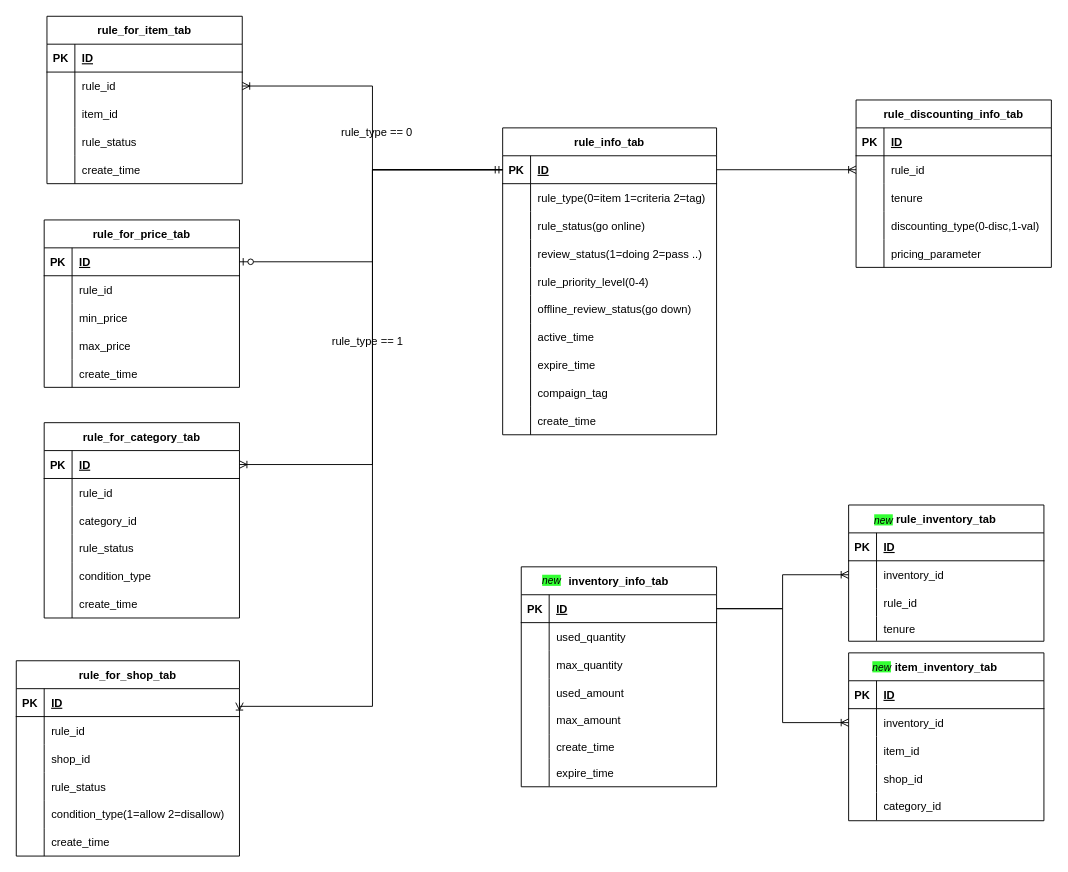
xhd2015/bog keeps this draw.io diagram as page "data model" (3 of 3) of d-sp-since-2022.drawio. Above is the earlier version. Source tidied: cells renumbered, new cells numbered last; positions are measured from the earlier drawing's top-left corner, leaving out a move shared by most shapes. Both pictures are drawn from the tidied source at 93%, with x=0, y=0 at pixel (16, 16).
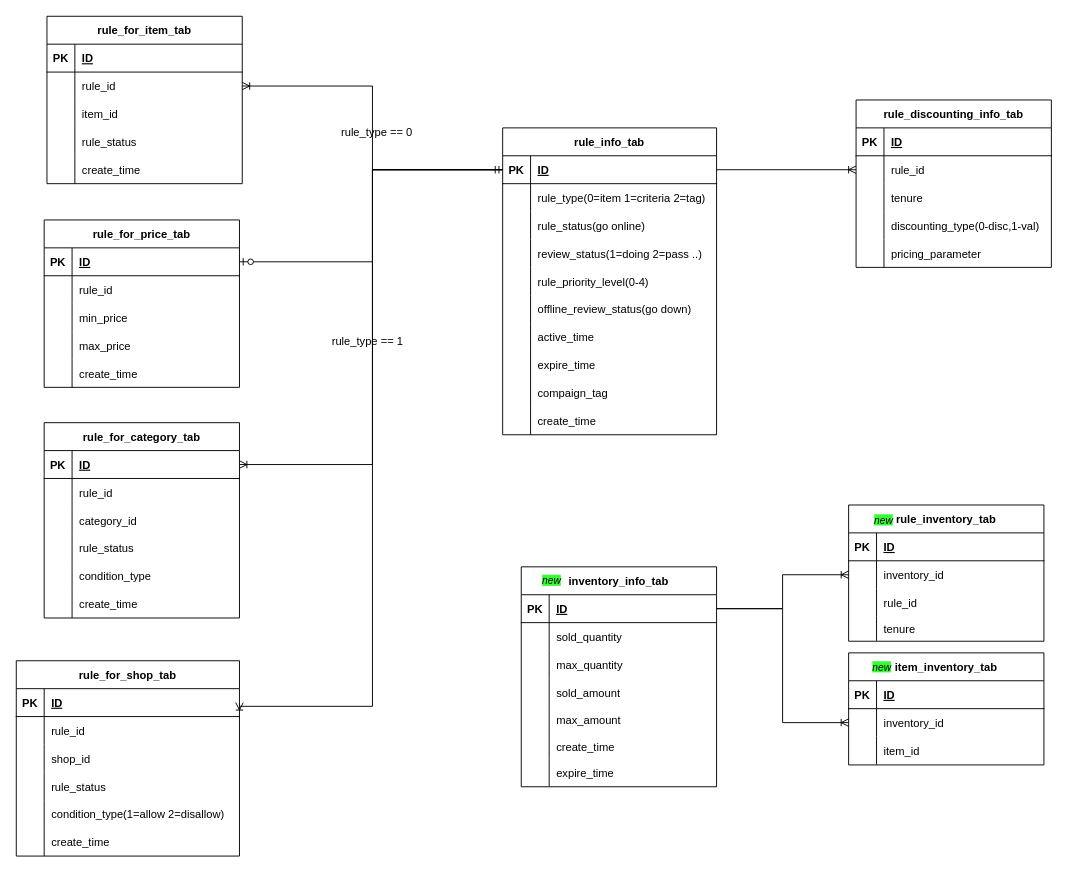
After the change.

Unchanged cells that the change refers to:
```xml
<mxCell id="130" style="shape=tableRow;horizontal=0;startSize=0;swimlaneHead=0;swimlaneBody=0;fillColor=none;top=0;left=0;right=0;bottom=0;labelBackgroundColor=none;fontColor=default;strokeColor=default;" parent="126" vertex="1">
  <mxGeometry y="60" width="210" height="30" as="geometry" />
</mxCell>
<mxCell id="136" style="shape=tableRow;horizontal=0;startSize=0;swimlaneHead=0;swimlaneBody=0;fillColor=none;top=0;left=0;right=0;bottom=0;labelBackgroundColor=none;fontColor=default;strokeColor=default;" parent="126" vertex="1">
  <mxGeometry y="120" width="210" height="30" as="geometry" />
</mxCell>
```

The edit, as a diff of the source:
```diff
@@
-    <mxCell id="132" value="used_quantity" style="shape=partialRectangle;fillColor=none;top=0;left=0;bottom=0;right=0;align=left;spacingLeft=6;overflow=hidden;labelBackgroundColor=none;fontColor=default;strokeColor=default;" parent="130" vertex="1">
+    <mxCell id="132" value="sold_quantity" style="shape=partialRectangle;fillColor=none;top=0;left=0;bottom=0;right=0;align=left;spacingLeft=6;overflow=hidden;labelBackgroundColor=none;fontColor=default;strokeColor=default;" parent="130" vertex="1">
       <mxGeometry x="30" width="180" height="30" as="geometry" />
     </mxCell>
@@
-    <mxCell id="138" value="used_amount" style="shape=partialRectangle;fillColor=none;top=0;left=0;bottom=0;right=0;align=left;spacingLeft=6;overflow=hidden;labelBackgroundColor=none;fontColor=default;strokeColor=default;" parent="136" vertex="1">
+    <mxCell id="138" value="sold_amount" style="shape=partialRectangle;fillColor=none;top=0;left=0;bottom=0;right=0;align=left;spacingLeft=6;overflow=hidden;labelBackgroundColor=none;fontColor=default;strokeColor=default;" parent="136" vertex="1">
       <mxGeometry x="30" width="180" height="30" as="geometry" />
     </mxCell>
@@
     <mxCell id="161" value="item_inventory_tab" style="shape=table;startSize=30;childLayout=tableLayout;rowLines=0;fontStyle=1;align=center;labelBackgroundColor=none;fontColor=default;strokeColor=default;fillColor=none;" parent="1" vertex="1">
-      <mxGeometry x="895" y="684.5" width="210" height="180.5" as="geometry" />
+      <mxGeometry x="895" y="684.5" width="210" height="120.5" as="geometry" />
     </mxCell>
@@
-    <mxCell id="171" style="shape=tableRow;horizontal=0;startSize=0;swimlaneHead=0;swimlaneBody=0;fillColor=none;top=0;left=0;right=0;bottom=0;labelBackgroundColor=none;fontColor=default;strokeColor=default;" parent="161" vertex="1">
-      <mxGeometry y="120" width="210" height="30" as="geometry" />
-    </mxCell>
-    <mxCell id="172" style="shape=partialRectangle;fillColor=none;top=0;left=0;bottom=0;right=0;overflow=hidden;labelBackgroundColor=none;fontColor=default;strokeColor=default;" parent="171" vertex="1">
-      <mxGeometry width="30" height="30" as="geometry" />
-    </mxCell>
-    <mxCell id="173" value="shop_id" style="shape=partialRectangle;fillColor=none;top=0;left=0;bottom=0;right=0;align=left;spacingLeft=6;overflow=hidden;labelBackgroundColor=none;fontColor=default;strokeColor=default;" parent="171" vertex="1">
-      <mxGeometry x="30" width="180" height="30" as="geometry" />
-    </mxCell>
-    <mxCell id="174" style="shape=tableRow;horizontal=0;startSize=0;swimlaneHead=0;swimlaneBody=0;fillColor=none;top=0;left=0;right=0;bottom=0;labelBackgroundColor=none;fontColor=default;strokeColor=default;" parent="161" vertex="1">
-      <mxGeometry y="150" width="210" height="30" as="geometry" />
-    </mxCell>
-    <mxCell id="175" style="shape=partialRectangle;fillColor=none;top=0;left=0;bottom=0;right=0;overflow=hidden;labelBackgroundColor=none;fontColor=default;strokeColor=default;" parent="174" vertex="1">
-      <mxGeometry width="30" height="30" as="geometry" />
-    </mxCell>
-    <mxCell id="176" value="category_id" style="shape=partialRectangle;fillColor=none;top=0;left=0;bottom=0;right=0;align=left;spacingLeft=6;overflow=hidden;labelBackgroundColor=none;fontColor=default;strokeColor=default;" parent="174" vertex="1">
-      <mxGeometry x="30" width="180" height="30" as="geometry" />
-    </mxCell>
```
